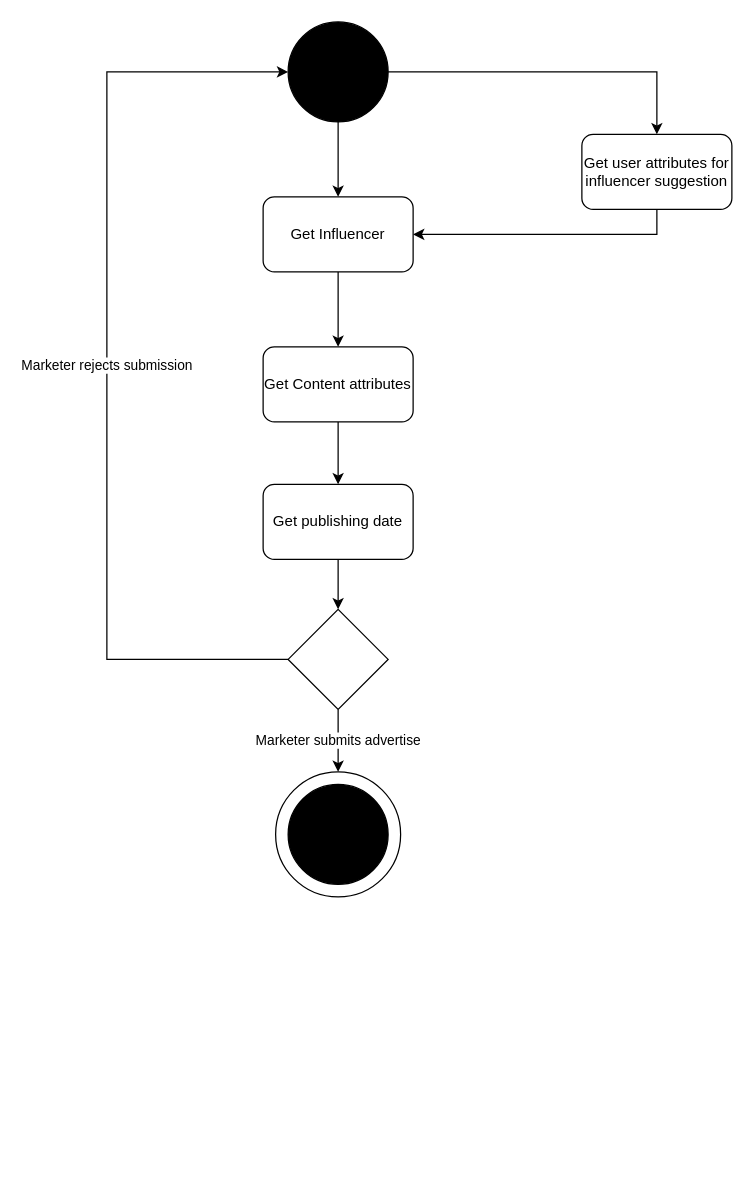
Before: Planning/FunctionalModeling/Diagrams/ActivityDiagrams/request-advertisement-activity-diagram.drawio in mahyaj98/SW_InfluencerMarketing, a draw.io diagram. Source tidied: cells renumbered, new cells numbered last; positions are measured from the earlier drawing's top-left corner, leaving out a move shared by most shapes. Both pictures are drawn from the tidied source at 125%, with x=0, y=0 at pixel (106, 21).
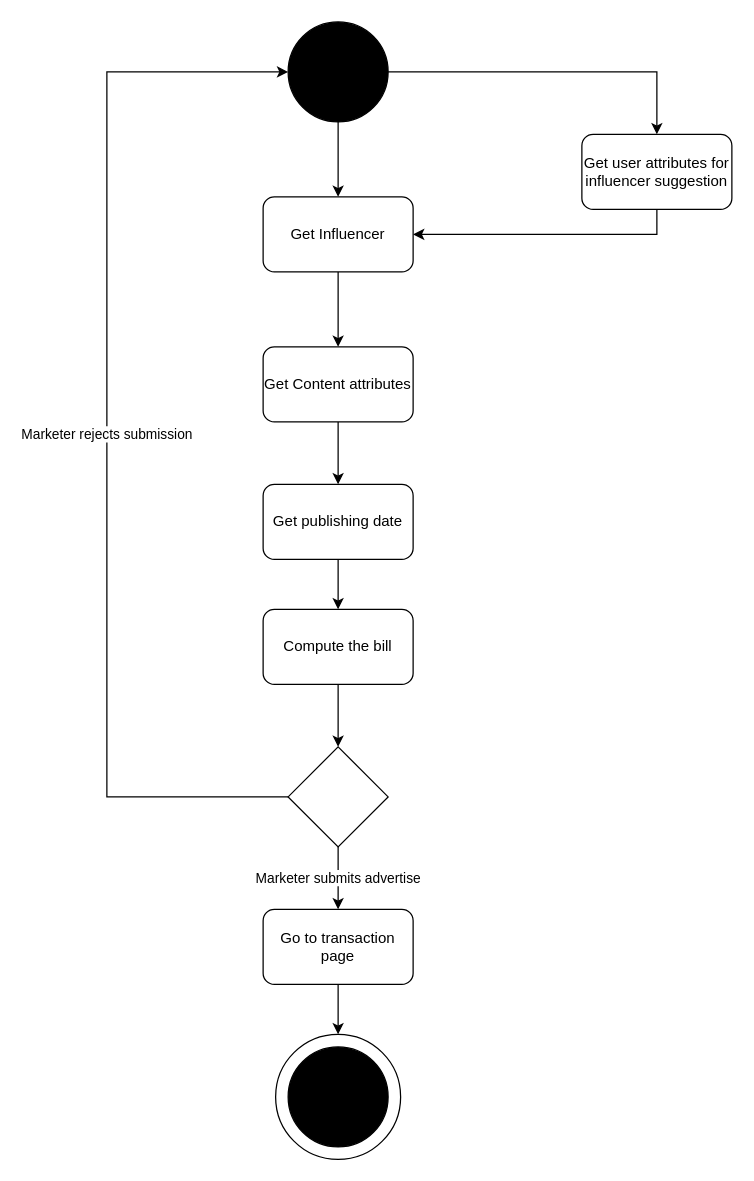
The same diagram, later.

Commit message:
added request advertisement activity diagram

The change refers to these unchanged cells:
```xml
<mxCell id="4" style="ellipse;whiteSpace=wrap;html=1;fillColor=#000000;" parent="1" vertex="1">
  <mxGeometry x="145" width="80" height="80" as="geometry" />
</mxCell>
<mxCell id="12" value="Get publishing date" style="rounded=1;whiteSpace=wrap;html=1;fillColor=#FFFFFF;" parent="1" vertex="1">
  <mxGeometry x="125" y="370" width="120" height="60" as="geometry" />
</mxCell>
<mxCell id="18" style="ellipse;whiteSpace=wrap;html=1;" parent="17" vertex="1">
  <mxGeometry width="100" height="100" as="geometry" />
</mxCell>
```

Diff of the diagram source:
```diff
@@
-    <mxCell id="11" style="edgeStyle=orthogonalEdgeStyle;rounded=0;jettySize=auto;html=1;exitX=0.5;exitY=1;exitDx=0;exitDy=0;entryX=0.5;entryY=0;entryDx=0;entryDy=0;" parent="1" edge="1" source="12" target="15">
-      <mxGeometry relative="1" as="geometry" />
-    </mxCell>
+    <mxCell id="20" style="edgeStyle=orthogonalEdgeStyle;rounded=0;jettySize=auto;html=1;" parent="1" edge="1" source="12" target="22">
+      <mxGeometry relative="1" as="geometry" />
+    </mxCell>
@@
     <mxCell id="13" value="Marketer rejects submission" style="edgeStyle=orthogonalEdgeStyle;rounded=0;jettySize=auto;html=1;exitX=0;exitY=0.5;exitDx=0;exitDy=0;entryX=0;entryY=0.5;entryDx=0;entryDy=0;" parent="1" edge="1" source="15" target="4">
       <mxGeometry relative="1" as="geometry">
         <Array as="points">
-          <mxPoint y="510" />
+          <mxPoint y="620" />
           <mxPoint y="40" />
         </Array>
       </mxGeometry>
     </mxCell>
     <mxCell id="14" value="Marketer submits advertise" style="edgeStyle=orthogonalEdgeStyle;rounded=0;jettySize=auto;html=1;exitX=0.5;exitY=1;exitDx=0;exitDy=0;" parent="1" edge="1" source="15">
       <mxGeometry relative="1" as="geometry">
-        <mxPoint x="185" y="600" as="targetPoint" />
+        <mxPoint x="185" y="710" as="targetPoint" />
       </mxGeometry>
     </mxCell>
     <mxCell id="15" style="rhombus;whiteSpace=wrap;html=1;fillColor=#FFFFFF;" parent="1" vertex="1">
-      <mxGeometry x="145" y="470" width="80" height="80" as="geometry" />
+      <mxGeometry x="145" y="580" width="80" height="80" as="geometry" />
     </mxCell>
     <mxCell id="16" style="group;" parent="1" vertex="1">
-      <mxGeometry x="135" y="600" width="100" height="100" as="geometry" />
+      <mxGeometry x="135" y="810" width="100" height="100" as="geometry" />
     </mxCell>
@@
+    <mxCell id="21" style="edgeStyle=orthogonalEdgeStyle;rounded=0;jettySize=auto;html=1;" parent="1" edge="1" source="22" target="15">
+      <mxGeometry relative="1" as="geometry" />
+    </mxCell>
+    <mxCell id="22" value="Compute the bill" style="rounded=1;whiteSpace=wrap;html=1;" parent="1" vertex="1">
+      <mxGeometry x="125" y="470" width="120" height="60" as="geometry" />
+    </mxCell>
+    <mxCell id="23" style="edgeStyle=orthogonalEdgeStyle;rounded=0;jettySize=auto;html=1;" parent="1" edge="1" source="24" target="18">
+      <mxGeometry relative="1" as="geometry" />
+    </mxCell>
+    <mxCell id="24" value="Go to transaction page" style="rounded=1;whiteSpace=wrap;html=1;" parent="1" vertex="1">
+      <mxGeometry x="125" y="710" width="120" height="60" as="geometry" />
+    </mxCell>
```
